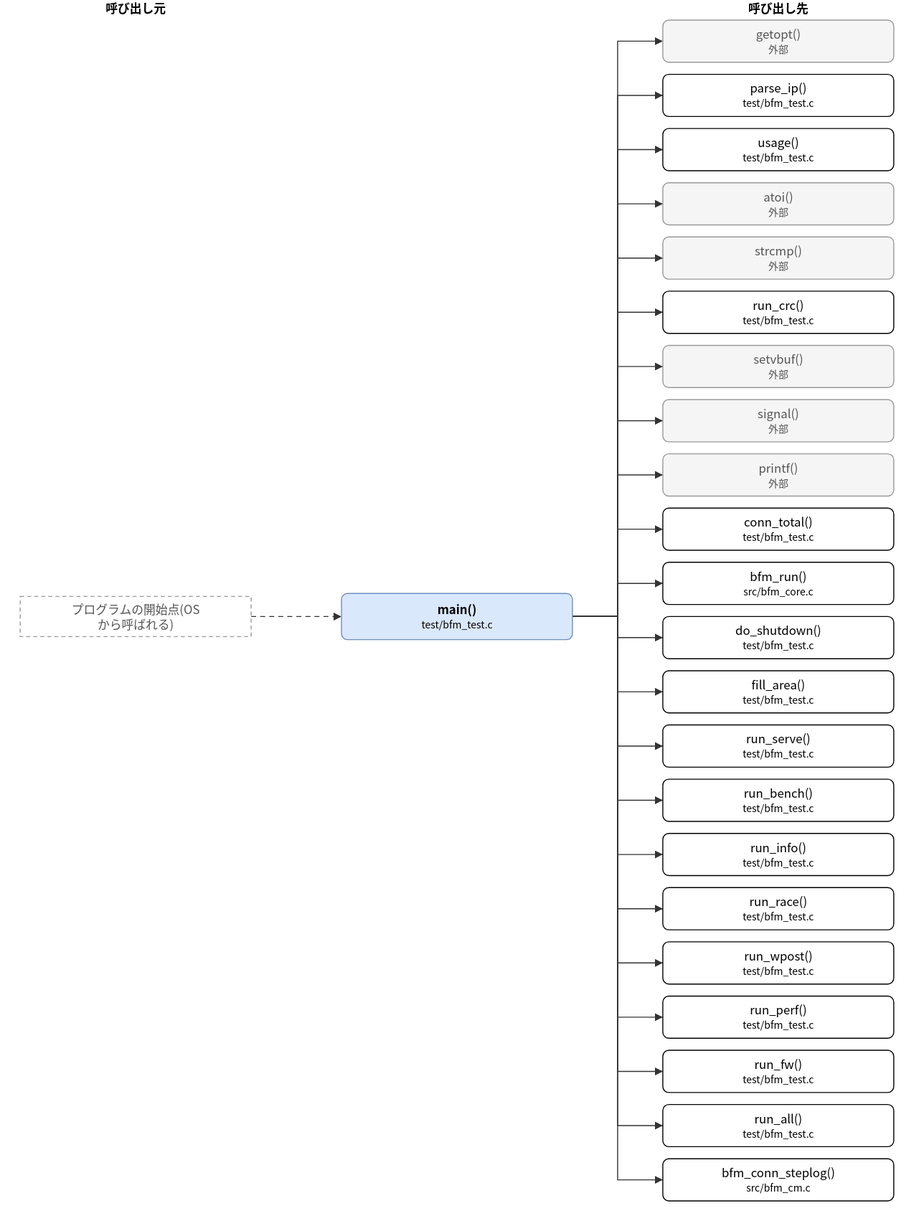
Above: doc/spec/images/call_test_bfm_test-main.drawio.svg in hf355051012-ai/bfmem (draw.io), before the change. Source tidied: cells renumbered, new cells last; positions are measured from the earlier drawing's top-left corner, leaving out a move shared by most shapes.
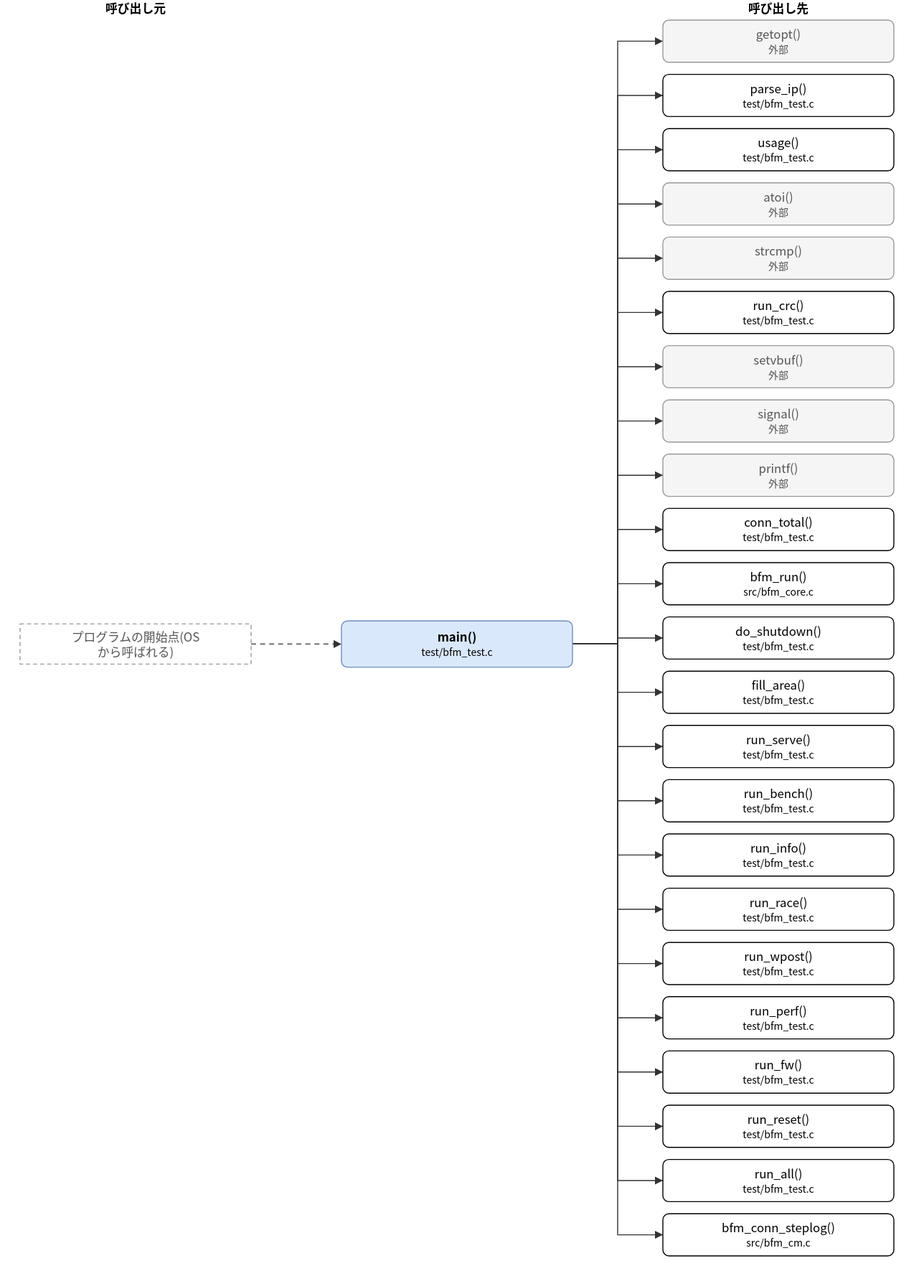
Above is the later version.

What changed in the source:
```diff
@@ -3,7 +3,7 @@
     <mxCell id="0" />
     <mxCell id="1" parent="0" />
     <mxCell id="2" value="main()&lt;br&gt;&lt;font style=&quot;font-size:10px&quot;&gt;test/bfm_test.c&lt;/font&gt;" style="rounded=1;whiteSpace=wrap;html=1;fillColor=#dae8fc;strokeColor=#6c8ebf;fontStyle=1;" parent="1" vertex="1">
-      <mxGeometry x="320" y="591" width="230" height="46" as="geometry" />
+      <mxGeometry x="320" y="618" width="230" height="46" as="geometry" />
     </mxCell>
     <mxCell id="3" value="getopt()&lt;br&gt;&lt;font style=&quot;font-size:10px&quot;&gt;外部&lt;/font&gt;" style="rounded=1;whiteSpace=wrap;html=1;fillColor=#f5f5f5;strokeColor=#999999;fontColor=#555555;" parent="1" vertex="1">
       <mxGeometry x="640" y="20" width="230" height="42" as="geometry" />
@@ -65,19 +65,22 @@
     <mxCell id="22" value="run_fw()&lt;br&gt;&lt;font style=&quot;font-size:10px&quot;&gt;test/bfm_test.c&lt;/font&gt;" style="rounded=1;whiteSpace=wrap;html=1;" parent="1" vertex="1">
       <mxGeometry x="640" y="1046" width="230" height="42" as="geometry" />
     </mxCell>
-    <mxCell id="23" value="run_all()&lt;br&gt;&lt;font style=&quot;font-size:10px&quot;&gt;test/bfm_test.c&lt;/font&gt;" style="rounded=1;whiteSpace=wrap;html=1;" parent="1" vertex="1">
+    <mxCell id="23" value="run_reset()&lt;br&gt;&lt;font style=&quot;font-size:10px&quot;&gt;test/bfm_test.c&lt;/font&gt;" style="rounded=1;whiteSpace=wrap;html=1;" parent="1" vertex="1">
       <mxGeometry x="640" y="1100" width="230" height="42" as="geometry" />
     </mxCell>
-    <mxCell id="24" value="bfm_conn_steplog()&lt;br&gt;&lt;font style=&quot;font-size:10px&quot;&gt;src/bfm_cm.c&lt;/font&gt;" style="rounded=1;whiteSpace=wrap;html=1;" parent="1" vertex="1">
+    <mxCell id="24" value="run_all()&lt;br&gt;&lt;font style=&quot;font-size:10px&quot;&gt;test/bfm_test.c&lt;/font&gt;" style="rounded=1;whiteSpace=wrap;html=1;" parent="1" vertex="1">
       <mxGeometry x="640" y="1154" width="230" height="42" as="geometry" />
     </mxCell>
+    <mxCell id="51" value="bfm_conn_steplog()&lt;br&gt;&lt;font style=&quot;font-size:10px&quot;&gt;src/bfm_cm.c&lt;/font&gt;" style="rounded=1;whiteSpace=wrap;html=1;" parent="1" vertex="1">
+      <mxGeometry x="640" y="1208" width="230" height="42" as="geometry" />
+    </mxCell>
     <mxCell id="25" value="プログラムの開始点(OS&lt;br&gt;から呼ばれる)" style="rounded=0;whiteSpace=wrap;html=1;dashed=1;strokeColor=#999999;fontColor=#555555;dashed=1;" parent="1" vertex="1">
-      <mxGeometry y="594" width="230" height="40" as="geometry" />
+      <mxGeometry y="621" width="230" height="40" as="geometry" />
     </mxCell>
     <mxCell id="26" style="edgeStyle=none;html=1;rounded=0;endArrow=block;endFill=1;exitX=1.0000;exitY=0.5000;exitDx=0;exitDy=0;exitPerimeter=0;entryX=0.0000;entryY=0.5000;entryDx=0;entryDy=0;entryPerimeter=0;" parent="1" edge="1" source="2" target="3">
       <mxGeometry relative="1" as="geometry">
         <Array as="points">
-          <mxPoint x="595" y="614" />
+          <mxPoint x="595" y="641" />
           <mxPoint x="595" y="41" />
         </Array>
       </mxGeometry>
@@ -85,7 +88,7 @@
     <mxCell id="27" style="edgeStyle=none;html=1;rounded=0;endArrow=block;endFill=1;exitX=1.0000;exitY=0.5000;exitDx=0;exitDy=0;exitPerimeter=0;entryX=0.0000;entryY=0.5000;entryDx=0;entryDy=0;entryPerimeter=0;" parent="1" edge="1" source="2" target="4">
       <mxGeometry relative="1" as="geometry">
         <Array as="points">
-          <mxPoint x="595" y="614" />
+          <mxPoint x="595" y="641" />
           <mxPoint x="595" y="95" />
         </Array>
       </mxGeometry>
@@ -93,7 +96,7 @@
     <mxCell id="28" style="edgeStyle=none;html=1;rounded=0;endArrow=block;endFill=1;exitX=1.0000;exitY=0.5000;exitDx=0;exitDy=0;exitPerimeter=0;entryX=0.0000;entryY=0.5000;entryDx=0;entryDy=0;entryPerimeter=0;" parent="1" edge="1" source="2" target="5">
       <mxGeometry relative="1" as="geometry">
         <Array as="points">
-          <mxPoint x="595" y="614" />
+          <mxPoint x="595" y="641" />
           <mxPoint x="595" y="149" />
         </Array>
       </mxGeometry>
@@ -101,7 +104,7 @@
     <mxCell id="29" style="edgeStyle=none;html=1;rounded=0;endArrow=block;endFill=1;exitX=1.0000;exitY=0.5000;exitDx=0;exitDy=0;exitPerimeter=0;entryX=0.0000;entryY=0.5000;entryDx=0;entryDy=0;entryPerimeter=0;" parent="1" edge="1" source="2" target="6">
       <mxGeometry relative="1" as="geometry">
         <Array as="points">
-          <mxPoint x="595" y="614" />
+          <mxPoint x="595" y="641" />
           <mxPoint x="595" y="203" />
         </Array>
       </mxGeometry>
@@ -109,7 +112,7 @@
     <mxCell id="30" style="edgeStyle=none;html=1;rounded=0;endArrow=block;endFill=1;exitX=1.0000;exitY=0.5000;exitDx=0;exitDy=0;exitPerimeter=0;entryX=0.0000;entryY=0.5000;entryDx=0;entryDy=0;entryPerimeter=0;" parent="1" edge="1" source="2" target="7">
       <mxGeometry relative="1" as="geometry">
         <Array as="points">
-          <mxPoint x="595" y="614" />
+          <mxPoint x="595" y="641" />
           <mxPoint x="595" y="257" />
         </Array>
       </mxGeometry>
@@ -117,7 +120,7 @@
     <mxCell id="31" style="edgeStyle=none;html=1;rounded=0;endArrow=block;endFill=1;exitX=1.0000;exitY=0.5000;exitDx=0;exitDy=0;exitPerimeter=0;entryX=0.0000;entryY=0.5000;entryDx=0;entryDy=0;entryPerimeter=0;" parent="1" edge="1" source="2" target="8">
       <mxGeometry relative="1" as="geometry">
         <Array as="points">
-          <mxPoint x="595" y="614" />
+          <mxPoint x="595" y="641" />
           <mxPoint x="595" y="311" />
         </Array>
       </mxGeometry>
@@ -125,7 +128,7 @@
     <mxCell id="32" style="edgeStyle=none;html=1;rounded=0;endArrow=block;endFill=1;exitX=1.0000;exitY=0.5000;exitDx=0;exitDy=0;exitPerimeter=0;entryX=0.0000;entryY=0.5000;entryDx=0;entryDy=0;entryPerimeter=0;" parent="1" edge="1" source="2" target="9">
       <mxGeometry relative="1" as="geometry">
         <Array as="points">
-          <mxPoint x="595" y="614" />
+          <mxPoint x="595" y="641" />
           <mxPoint x="595" y="365" />
         </Array>
       </mxGeometry>
@@ -133,7 +136,7 @@
     <mxCell id="33" style="edgeStyle=none;html=1;rounded=0;endArrow=block;endFill=1;exitX=1.0000;exitY=0.5000;exitDx=0;exitDy=0;exitPerimeter=0;entryX=0.0000;entryY=0.5000;entryDx=0;entryDy=0;entryPerimeter=0;" parent="1" edge="1" source="2" target="10">
       <mxGeometry relative="1" as="geometry">
         <Array as="points">
-          <mxPoint x="595" y="614" />
+          <mxPoint x="595" y="641" />
           <mxPoint x="595" y="419" />
         </Array>
       </mxGeometry>
@@ -141,7 +144,7 @@
     <mxCell id="34" style="edgeStyle=none;html=1;rounded=0;endArrow=block;endFill=1;exitX=1.0000;exitY=0.5000;exitDx=0;exitDy=0;exitPerimeter=0;entryX=0.0000;entryY=0.5000;entryDx=0;entryDy=0;entryPerimeter=0;" parent="1" edge="1" source="2" target="11">
       <mxGeometry relative="1" as="geometry">
         <Array as="points">
-          <mxPoint x="595" y="614" />
+          <mxPoint x="595" y="641" />
           <mxPoint x="595" y="473" />
         </Array>
       </mxGeometry>
@@ -149,7 +152,7 @@
     <mxCell id="35" style="edgeStyle=none;html=1;rounded=0;endArrow=block;endFill=1;exitX=1.0000;exitY=0.5000;exitDx=0;exitDy=0;exitPerimeter=0;entryX=0.0000;entryY=0.5000;entryDx=0;entryDy=0;entryPerimeter=0;" parent="1" edge="1" source="2" target="12">
       <mxGeometry relative="1" as="geometry">
         <Array as="points">
-          <mxPoint x="595" y="614" />
+          <mxPoint x="595" y="641" />
           <mxPoint x="595" y="527" />
         </Array>
       </mxGeometry>
@@ -157,7 +160,7 @@
     <mxCell id="36" style="edgeStyle=none;html=1;rounded=0;endArrow=block;endFill=1;exitX=1.0000;exitY=0.5000;exitDx=0;exitDy=0;exitPerimeter=0;entryX=0.0000;entryY=0.5000;entryDx=0;entryDy=0;entryPerimeter=0;" parent="1" edge="1" source="2" target="13">
       <mxGeometry relative="1" as="geometry">
         <Array as="points">
-          <mxPoint x="595" y="614" />
+          <mxPoint x="595" y="641" />
           <mxPoint x="595" y="581" />
         </Array>
       </mxGeometry>
@@ -165,7 +168,7 @@
     <mxCell id="37" style="edgeStyle=none;html=1;rounded=0;endArrow=block;endFill=1;exitX=1.0000;exitY=0.5000;exitDx=0;exitDy=0;exitPerimeter=0;entryX=0.0000;entryY=0.5000;entryDx=0;entryDy=0;entryPerimeter=0;" parent="1" edge="1" source="2" target="14">
       <mxGeometry relative="1" as="geometry">
         <Array as="points">
-          <mxPoint x="595" y="614" />
+          <mxPoint x="595" y="641" />
           <mxPoint x="595" y="635" />
         </Array>
       </mxGeometry>
@@ -173,7 +176,7 @@
     <mxCell id="38" style="edgeStyle=none;html=1;rounded=0;endArrow=block;endFill=1;exitX=1.0000;exitY=0.5000;exitDx=0;exitDy=0;exitPerimeter=0;entryX=0.0000;entryY=0.5000;entryDx=0;entryDy=0;entryPerimeter=0;" parent="1" edge="1" source="2" target="15">
       <mxGeometry relative="1" as="geometry">
         <Array as="points">
-          <mxPoint x="595" y="614" />
+          <mxPoint x="595" y="641" />
           <mxPoint x="595" y="689" />
         </Array>
       </mxGeometry>
@@ -181,7 +184,7 @@
     <mxCell id="39" style="edgeStyle=none;html=1;rounded=0;endArrow=block;endFill=1;exitX=1.0000;exitY=0.5000;exitDx=0;exitDy=0;exitPerimeter=0;entryX=0.0000;entryY=0.5000;entryDx=0;entryDy=0;entryPerimeter=0;" parent="1" edge="1" source="2" target="16">
       <mxGeometry relative="1" as="geometry">
         <Array as="points">
-          <mxPoint x="595" y="614" />
+          <mxPoint x="595" y="641" />
           <mxPoint x="595" y="743" />
         </Array>
       </mxGeometry>
@@ -189,7 +192,7 @@
     <mxCell id="40" style="edgeStyle=none;html=1;rounded=0;endArrow=block;endFill=1;exitX=1.0000;exitY=0.5000;exitDx=0;exitDy=0;exitPerimeter=0;entryX=0.0000;entryY=0.5000;entryDx=0;entryDy=0;entryPerimeter=0;" parent="1" edge="1" source="2" target="17">
       <mxGeometry relative="1" as="geometry">
         <Array as="points">
-          <mxPoint x="595" y="614" />
+          <mxPoint x="595" y="641" />
           <mxPoint x="595" y="797" />
         </Array>
       </mxGeometry>
@@ -197,7 +200,7 @@
     <mxCell id="41" style="edgeStyle=none;html=1;rounded=0;endArrow=block;endFill=1;exitX=1.0000;exitY=0.5000;exitDx=0;exitDy=0;exitPerimeter=0;entryX=0.0000;entryY=0.5000;entryDx=0;entryDy=0;entryPerimeter=0;" parent="1" edge="1" source="2" target="18">
       <mxGeometry relative="1" as="geometry">
         <Array as="points">
-          <mxPoint x="595" y="614" />
+          <mxPoint x="595" y="641" />
           <mxPoint x="595" y="851" />
         </Array>
       </mxGeometry>
@@ -205,7 +208,7 @@
     <mxCell id="42" style="edgeStyle=none;html=1;rounded=0;endArrow=block;endFill=1;exitX=1.0000;exitY=0.5000;exitDx=0;exitDy=0;exitPerimeter=0;entryX=0.0000;entryY=0.5000;entryDx=0;entryDy=0;entryPerimeter=0;" parent="1" edge="1" source="2" target="19">
       <mxGeometry relative="1" as="geometry">
         <Array as="points">
-          <mxPoint x="595" y="614" />
+          <mxPoint x="595" y="641" />
           <mxPoint x="595" y="905" />
         </Array>
       </mxGeometry>
@@ -213,7 +216,7 @@
     <mxCell id="43" style="edgeStyle=none;html=1;rounded=0;endArrow=block;endFill=1;exitX=1.0000;exitY=0.5000;exitDx=0;exitDy=0;exitPerimeter=0;entryX=0.0000;entryY=0.5000;entryDx=0;entryDy=0;entryPerimeter=0;" parent="1" edge="1" source="2" target="20">
       <mxGeometry relative="1" as="geometry">
         <Array as="points">
-          <mxPoint x="595" y="614" />
+          <mxPoint x="595" y="641" />
           <mxPoint x="595" y="959" />
         </Array>
       </mxGeometry>
@@ -221,7 +224,7 @@
     <mxCell id="44" style="edgeStyle=none;html=1;rounded=0;endArrow=block;endFill=1;exitX=1.0000;exitY=0.5000;exitDx=0;exitDy=0;exitPerimeter=0;entryX=0.0000;entryY=0.5000;entryDx=0;entryDy=0;entryPerimeter=0;" parent="1" edge="1" source="2" target="21">
       <mxGeometry relative="1" as="geometry">
         <Array as="points">
-          <mxPoint x="595" y="614" />
+          <mxPoint x="595" y="641" />
           <mxPoint x="595" y="1013" />
         </Array>
       </mxGeometry>
@@ -229,7 +232,7 @@
     <mxCell id="45" style="edgeStyle=none;html=1;rounded=0;endArrow=block;endFill=1;exitX=1.0000;exitY=0.5000;exitDx=0;exitDy=0;exitPerimeter=0;entryX=0.0000;entryY=0.5000;entryDx=0;entryDy=0;entryPerimeter=0;" parent="1" edge="1" source="2" target="22">
       <mxGeometry relative="1" as="geometry">
         <Array as="points">
-          <mxPoint x="595" y="614" />
+          <mxPoint x="595" y="641" />
           <mxPoint x="595" y="1067" />
         </Array>
       </mxGeometry>
@@ -237,7 +240,7 @@
     <mxCell id="46" style="edgeStyle=none;html=1;rounded=0;endArrow=block;endFill=1;exitX=1.0000;exitY=0.5000;exitDx=0;exitDy=0;exitPerimeter=0;entryX=0.0000;entryY=0.5000;entryDx=0;entryDy=0;entryPerimeter=0;" parent="1" edge="1" source="2" target="23">
       <mxGeometry relative="1" as="geometry">
         <Array as="points">
-          <mxPoint x="595" y="614" />
+          <mxPoint x="595" y="641" />
           <mxPoint x="595" y="1121" />
         </Array>
       </mxGeometry>
@@ -245,14 +248,22 @@
     <mxCell id="47" style="edgeStyle=none;html=1;rounded=0;endArrow=block;endFill=1;exitX=1.0000;exitY=0.5000;exitDx=0;exitDy=0;exitPerimeter=0;entryX=0.0000;entryY=0.5000;entryDx=0;entryDy=0;entryPerimeter=0;" parent="1" edge="1" source="2" target="24">
       <mxGeometry relative="1" as="geometry">
         <Array as="points">
-          <mxPoint x="595" y="614" />
+          <mxPoint x="595" y="641" />
           <mxPoint x="595" y="1175" />
         </Array>
       </mxGeometry>
     </mxCell>
-    <mxCell id="48" style="edgeStyle=none;html=1;rounded=0;endArrow=block;endFill=1;exitX=1.0000;exitY=0.5000;exitDx=0;exitDy=0;exitPerimeter=0;entryX=0.0000;entryY=0.5000;entryDx=0;entryDy=0;entryPerimeter=0;dashed=1;" parent="1" edge="1" source="25" target="2">
-      <mxGeometry relative="1" as="geometry" />
+    <mxCell id="48" style="edgeStyle=none;html=1;rounded=0;endArrow=block;endFill=1;exitX=1.0000;exitY=0.5000;exitDx=0;exitDy=0;exitPerimeter=0;entryX=0.0000;entryY=0.5000;entryDx=0;entryDy=0;entryPerimeter=0;" parent="1" edge="1" source="2" target="51">
+      <mxGeometry relative="1" as="geometry">
+        <Array as="points">
+          <mxPoint x="595" y="641" />
+          <mxPoint x="595" y="1229" />
+        </Array>
+      </mxGeometry>
     </mxCell>
+    <mxCell id="52" style="edgeStyle=none;html=1;rounded=0;endArrow=block;endFill=1;exitX=1.0000;exitY=0.5000;exitDx=0;exitDy=0;exitPerimeter=0;entryX=0.0000;entryY=0.5000;entryDx=0;entryDy=0;entryPerimeter=0;dashed=1;" parent="1" edge="1" source="25" target="2">
+      <mxGeometry relative="1" as="geometry" />
+    </mxCell>
     <mxCell id="49" value="呼び出し元" style="text;html=1;align=center;fontStyle=1;" parent="1" vertex="1">
       <mxGeometry x="35" width="160" height="18" as="geometry" />
     </mxCell>
```
